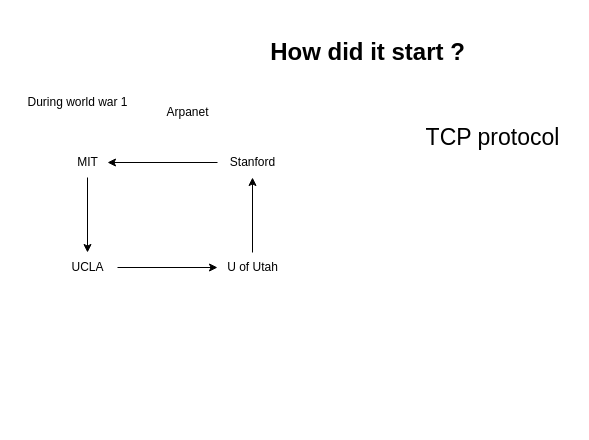
Earlier version of the draw.io diagram page "Page-2" (2 of 4) of Untitled Diagram.drawio (gurkiratz/Learning-Git). Source tidied: cells renumbered, new cells numbered last; positions are measured from the earlier drawing's top-left corner, leaving out a move shared by most shapes. Both pictures are drawn from the tidied source at 100%, with x=0, y=0 at pixel (17, 17).
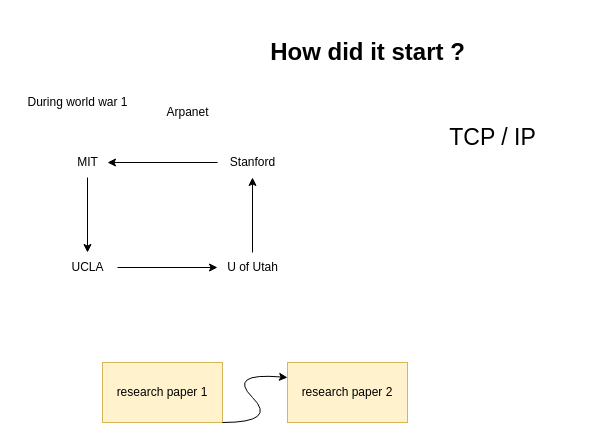
The same page after the edit.

Diff of the diagram source:
```diff
@@
 <mxGraphModel>
   <root>
     <mxCell id="0" />
     <mxCell id="1" parent="0" />
     <mxCell id="2" value="&lt;h1&gt;How did it start ?&lt;/h1&gt;" style="text;html=1;align=center;verticalAlign=middle;strokeColor=none;fillColor=none;" parent="1" vertex="1">
       <mxGeometry x="240" width="220" height="70" as="geometry" />
     </mxCell>
     <mxCell id="3" style="edgeStyle=orthogonalEdgeStyle;rounded=0;jettySize=auto;html=1;" parent="1" edge="1" source="4" target="8">
       <mxGeometry relative="1" as="geometry" />
     </mxCell>
     <mxCell id="4" value="MIT" style="text;html=1;align=center;verticalAlign=middle;points=[];strokeColor=none;fillColor=none;" parent="1" vertex="1">
       <mxGeometry x="50" y="130" width="40" height="30" as="geometry" />
     </mxCell>
     <mxCell id="5" style="edgeStyle=orthogonalEdgeStyle;rounded=0;jettySize=auto;html=1;" parent="1" edge="1" source="6" target="4">
       <mxGeometry relative="1" as="geometry" />
     </mxCell>
     <mxCell id="6" value="Stanford" style="text;html=1;align=center;verticalAlign=middle;points=[];strokeColor=none;fillColor=none;" parent="1" vertex="1">
       <mxGeometry x="200" y="130" width="70" height="30" as="geometry" />
     </mxCell>
     <mxCell id="7" style="edgeStyle=orthogonalEdgeStyle;rounded=0;jettySize=auto;html=1;" parent="1" edge="1" source="8" target="10">
       <mxGeometry relative="1" as="geometry" />
     </mxCell>
     <mxCell id="8" value="UCLA" style="text;html=1;align=center;verticalAlign=middle;points=[];strokeColor=none;fillColor=none;" parent="1" vertex="1">
       <mxGeometry x="40" y="235" width="60" height="30" as="geometry" />
     </mxCell>
     <mxCell id="9" style="edgeStyle=orthogonalEdgeStyle;rounded=0;jettySize=auto;html=1;" parent="1" edge="1" source="10" target="6">
       <mxGeometry relative="1" as="geometry" />
     </mxCell>
     <mxCell id="10" value="U of Utah" style="text;html=1;align=center;verticalAlign=middle;points=[];strokeColor=none;fillColor=none;" parent="1" vertex="1">
       <mxGeometry x="200" y="235" width="70" height="30" as="geometry" />
     </mxCell>
     <mxCell id="11" value="During world war 1" style="text;html=1;align=center;verticalAlign=middle;strokeColor=none;fillColor=none;" parent="1" vertex="1">
       <mxGeometry y="70" width="120" height="30" as="geometry" />
     </mxCell>
-    <mxCell id="12" value="TCP protocol" style="text;html=1;align=center;verticalAlign=middle;strokeColor=none;fillColor=none;fontSize=23;" parent="1" vertex="1">
-      <mxGeometry x="395" y="100" width="160" height="40" as="geometry" />
+    <mxCell id="12" value="TCP / IP" style="text;html=1;align=center;verticalAlign=middle;strokeColor=none;fillColor=none;fontSize=23;" parent="1" vertex="1">
+      <mxGeometry x="420" y="100" width="110" height="40" as="geometry" />
     </mxCell>
     <mxCell id="13" value="Arpanet" style="text;html=1;align=center;verticalAlign=middle;strokeColor=none;fillColor=none;" parent="1" vertex="1">
       <mxGeometry x="135" y="80" width="70" height="30" as="geometry" />
     </mxCell>
+    <mxCell id="14" value="research paper 1" style="rounded=0;whiteSpace=wrap;html=1;fillColor=#fff2cc;strokeColor=#d6b656;" parent="1" vertex="1">
+      <mxGeometry x="85" y="345" width="120" height="60" as="geometry" />
+    </mxCell>
+    <mxCell id="15" value="research paper 2" style="rounded=0;whiteSpace=wrap;html=1;fillColor=#fff2cc;strokeColor=#d6b656;" parent="1" vertex="1">
+      <mxGeometry x="270" y="345" width="120" height="60" as="geometry" />
+    </mxCell>
+    <mxCell id="16" style="curved=1;endArrow=classic;html=1;rounded=0;entryX=0;entryY=0.25;entryDx=0;entryDy=0;exitX=1;exitY=1;exitDx=0;exitDy=0;" parent="1" edge="1" source="14" target="15">
+      <mxGeometry relative="1" as="geometry">
+        <Array as="points">
+          <mxPoint x="260" y="405" />
+          <mxPoint x="210" y="355" />
+        </Array>
+      </mxGeometry>
+    </mxCell>
   </root>
 </mxGraphModel>
```
